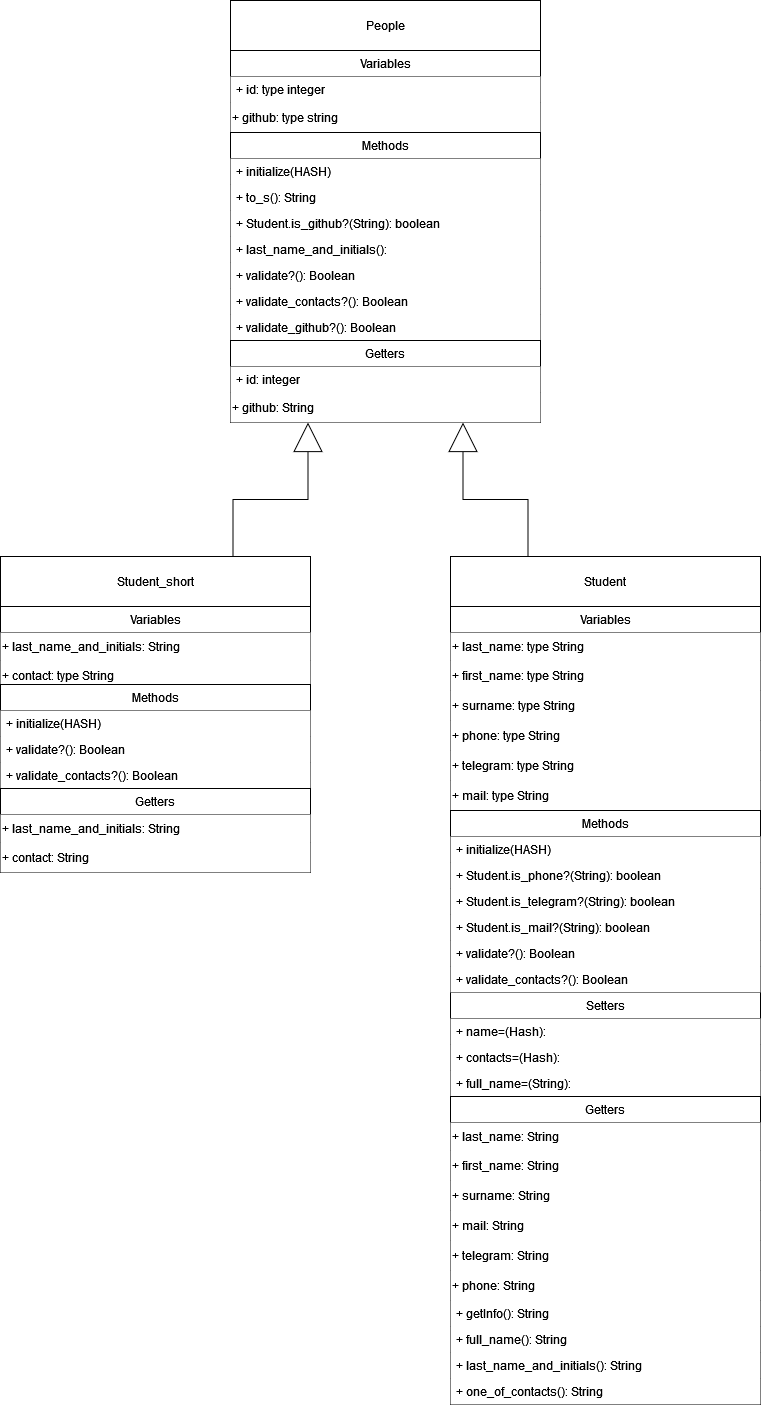
KIJEMORI/Design_Patterns_Ruby keeps this draw.io diagram as Ruby_Kernel_classes_and_models/class_diagram.png. Above is the earlier version. Source tidied: cells renumbered, new cells last; positions are measured from the earlier drawing's top-left corner, leaving out a move shared by most shapes.
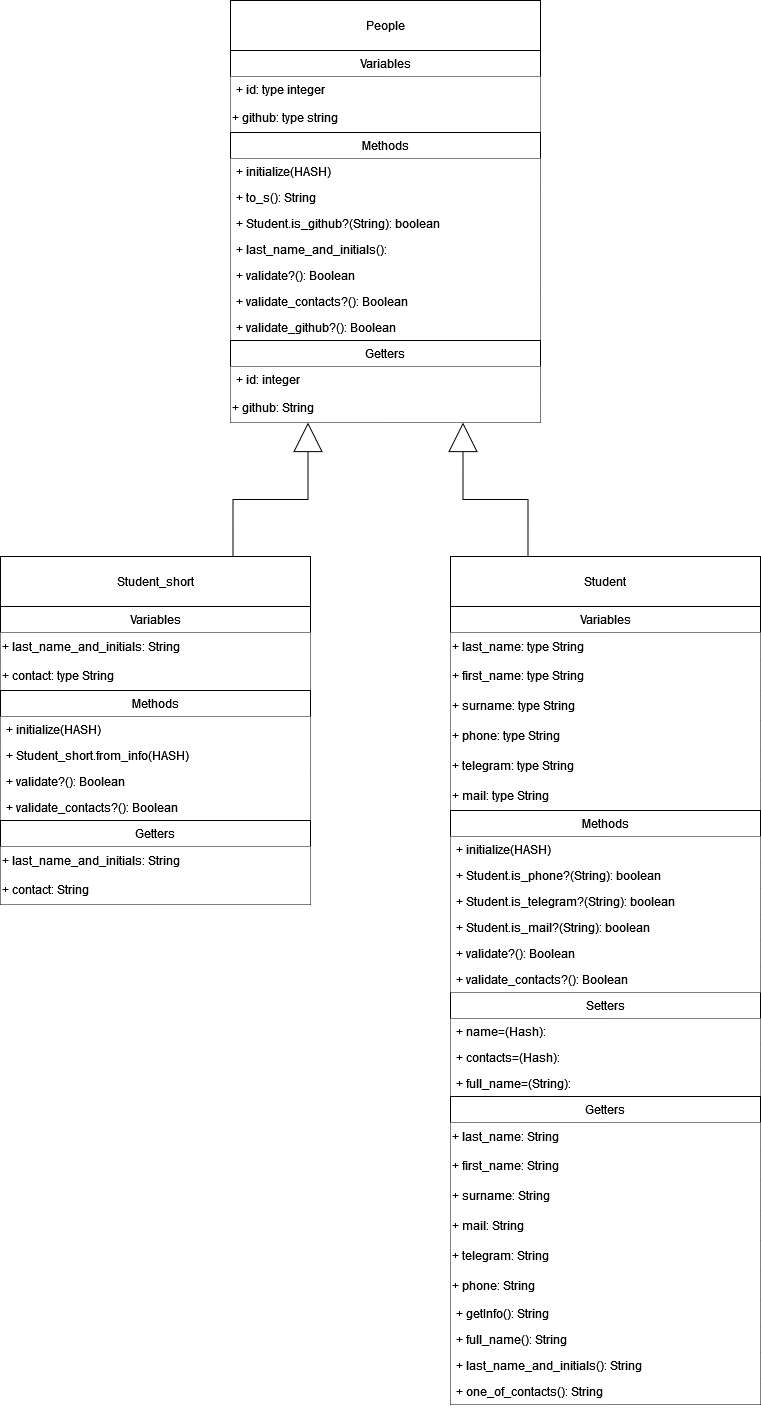
After the change.

Commit message:
Lab 2 | Task 2 | fix diagram

Добавил в класс Student_short новый метод отвечающий за конструирование объекта

The edit, as a diff of the source:
```diff
@@ -90,16 +90,19 @@
       <mxGeometry y="54" width="310" height="30" as="geometry" />
     </mxCell>
     <mxCell id="31" value="Methods" style="swimlane;fontStyle=0;horizontal=1;startSize=26;fillColor=default;whiteSpace=wrap;html=1;" parent="1" vertex="1">
-      <mxGeometry y="684" width="310" height="104" as="geometry" />
+      <mxGeometry y="690" width="310" height="130" as="geometry" />
     </mxCell>
     <mxCell id="32" value="+ initialize(HASH)" style="text;strokeColor=none;fillColor=#FFFFFF;align=left;verticalAlign=top;spacingLeft=4;spacingRight=4;overflow=hidden;whiteSpace=wrap;html=1;" parent="31" vertex="1">
       <mxGeometry y="26" width="310" height="26" as="geometry" />
     </mxCell>
+    <mxCell id="60" value="+ Student_short.from_info(HASH)" style="text;strokeColor=none;fillColor=#FFFFFF;align=left;verticalAlign=top;spacingLeft=4;spacingRight=4;overflow=hidden;whiteSpace=wrap;html=1;" parent="31" vertex="1">
+      <mxGeometry y="52" width="310" height="26" as="geometry" />
+    </mxCell>
     <mxCell id="33" value="+ validate?(): Boolean" style="text;strokeColor=none;fillColor=#FFFFFF;align=left;verticalAlign=top;spacingLeft=4;spacingRight=4;overflow=hidden;whiteSpace=wrap;html=1;" parent="31" vertex="1">
-      <mxGeometry y="52" width="310" height="26" as="geometry" />
+      <mxGeometry y="78" width="310" height="26" as="geometry" />
     </mxCell>
     <mxCell id="34" value="+ validate_contacts?(): Boolean" style="text;strokeColor=none;fillColor=#FFFFFF;align=left;verticalAlign=top;spacingLeft=4;spacingRight=4;overflow=hidden;whiteSpace=wrap;html=1;" parent="31" vertex="1">
-      <mxGeometry y="78" width="310" height="26" as="geometry" />
+      <mxGeometry y="104" width="310" height="26" as="geometry" />
     </mxCell>
     <mxCell id="35" value="People" style="html=1;whiteSpace=wrap;" parent="1" vertex="1">
       <mxGeometry x="230" width="310" height="50" as="geometry" />
@@ -138,7 +141,7 @@
       <mxGeometry y="182" width="310" height="26" as="geometry" />
     </mxCell>
     <mxCell id="47" value="Getters" style="swimlane;fontStyle=0;horizontal=1;startSize=26;fillColor=default;whiteSpace=wrap;html=1;" parent="1" vertex="1">
-      <mxGeometry y="788" width="310" height="84" as="geometry" />
+      <mxGeometry y="820" width="310" height="84" as="geometry" />
     </mxCell>
     <mxCell id="48" value="+ last_name_and_initials: String" style="text;html=1;align=left;verticalAlign=middle;whiteSpace=wrap;rounded=0;fillColor=#FFFFFF;" parent="47" vertex="1">
       <mxGeometry y="26" width="310" height="28" as="geometry" />
```
